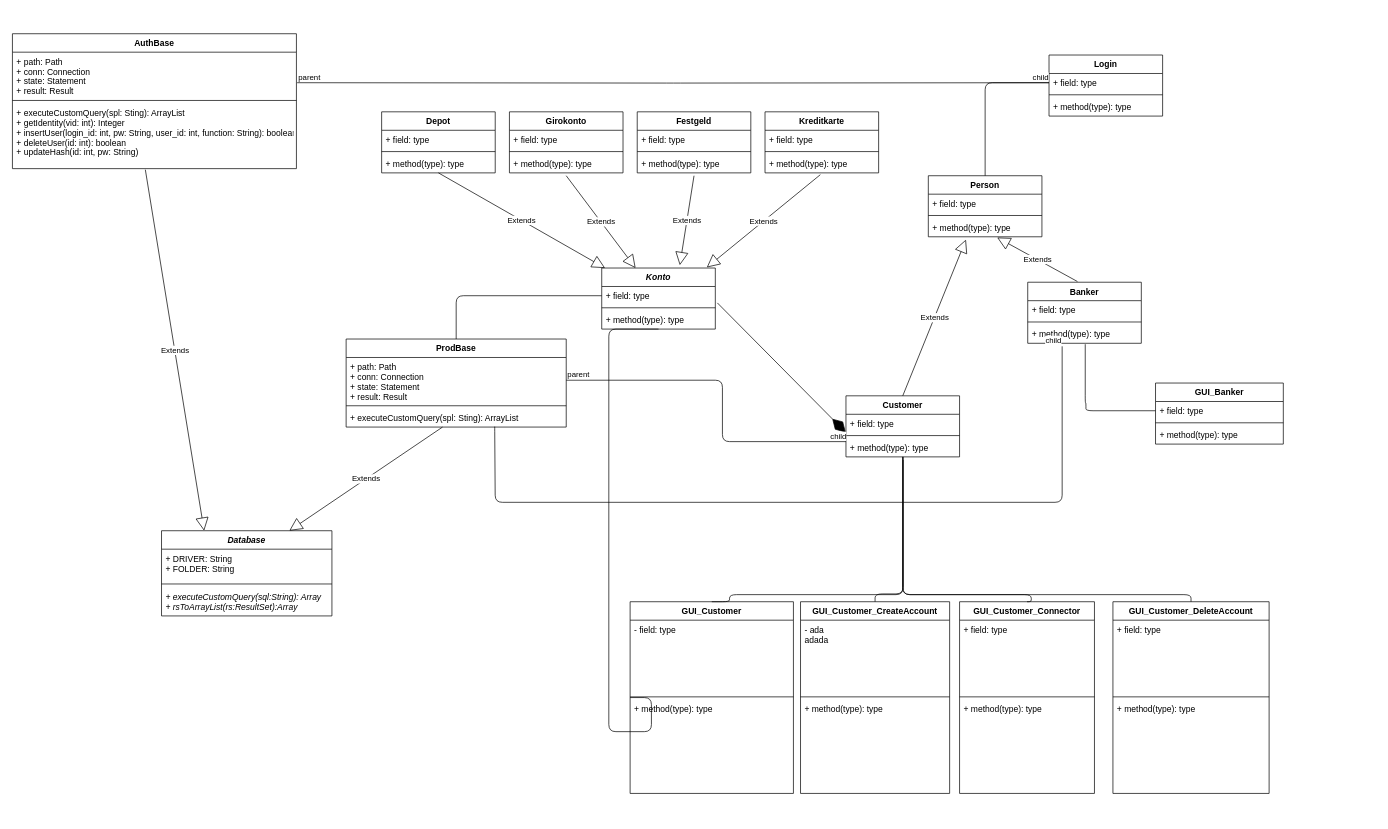
The draw.io diagram docs/Diagramme/Java_Project ClassDiagramm(1).drawio in luca9913/BankingApp, before the edit. Source tidied: cells renumbered, new cells numbered last; positions are measured from the earlier drawing's top-left corner, leaving out a move shared by most shapes. Both pictures are drawn from the tidied source at 71%, with x=0, y=0 at pixel (12, 33).
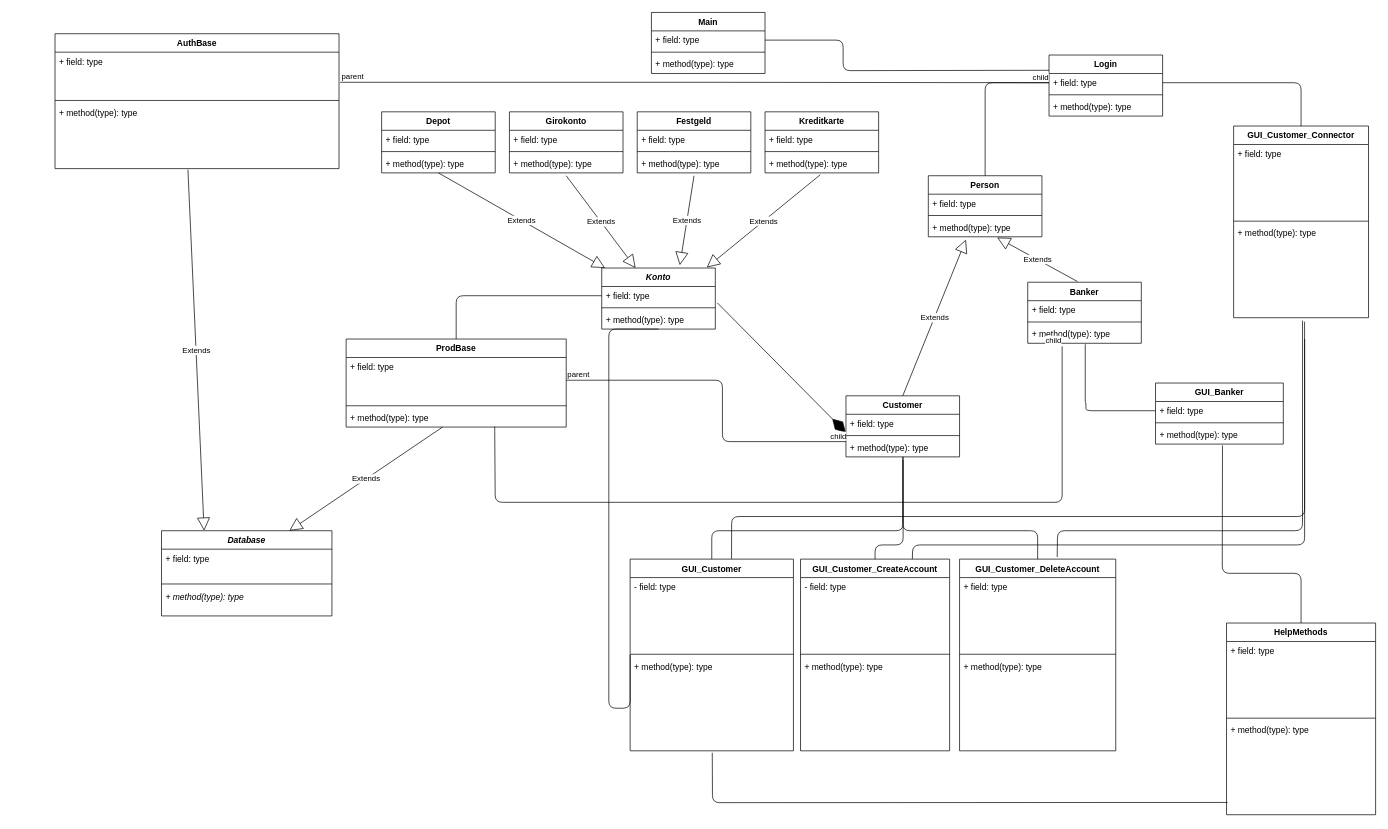
The same page after the edit.

Commit message (it also covers changes not shown here):
Ausfüllen der Java-Docs

Unchanged cells that the change refers to:
```xml
<mxCell id="2" value="Login" style="swimlane;fontStyle=1;align=center;verticalAlign=top;horizontal=1;startSize=26;" parent="1" vertex="1">
  <mxGeometry x="1460" y="30" width="160" height="86" as="geometry" />
</mxCell>
<mxCell id="3" value="+ field: type" style="text;strokeColor=none;fillColor=none;align=left;verticalAlign=top;spacingLeft=4;spacingRight=4;overflow=hidden;points=[[0,0.5],[1,0.5]];portConstraint=eastwest;" parent="2" vertex="1">
  <mxGeometry y="26" width="160" height="26" as="geometry" />
</mxCell>
<mxCell id="6" value="Konto" style="swimlane;fontStyle=3;align=center;verticalAlign=top;horizontal=1;startSize=26;" parent="1" vertex="1">
  <mxGeometry x="830" y="330" width="160" height="86" as="geometry" />
</mxCell>
<mxCell id="23" value="Database" style="swimlane;fontStyle=3;align=center;verticalAlign=top;horizontal=1;startSize=26;" parent="1" vertex="1">
  <mxGeometry x="210" y="700" width="240" height="120" as="geometry" />
</mxCell>
<mxCell id="27" value="ProdBase" style="swimlane;fontStyle=1;align=center;verticalAlign=top;horizontal=1;startSize=26;" parent="1" vertex="1">
  <mxGeometry x="470" y="430" width="310" height="124" as="geometry" />
</mxCell>
<mxCell id="42" value="+ method(type): type" style="text;strokeColor=none;fillColor=none;align=left;verticalAlign=top;spacingLeft=4;spacingRight=4;overflow=hidden;points=[[0,0.5],[1,0.5]];portConstraint=eastwest;" parent="39" vertex="1">
  <mxGeometry y="138" width="190" height="132" as="geometry" />
</mxCell>
<mxCell id="46" value="+ method(type): type" style="text;strokeColor=none;fillColor=none;align=left;verticalAlign=top;spacingLeft=4;spacingRight=4;overflow=hidden;points=[[0,0.5],[1,0.5]];portConstraint=eastwest;" parent="43" vertex="1">
  <mxGeometry y="138" width="230" height="132" as="geometry" />
</mxCell>
<mxCell id="50" value="+ method(type): type" style="text;strokeColor=none;fillColor=none;align=left;verticalAlign=top;spacingLeft=4;spacingRight=4;overflow=hidden;points=[[0,0.5],[1,0.5]];portConstraint=eastwest;" parent="47" vertex="1">
  <mxGeometry y="60" width="180" height="26" as="geometry" />
</mxCell>
<mxCell id="67" value="Customer" style="swimlane;fontStyle=1;align=center;verticalAlign=top;horizontal=1;startSize=26;" parent="1" vertex="1">
  <mxGeometry x="1174" y="510" width="160" height="86" as="geometry" />
</mxCell>
<mxCell id="70" value="+ method(type): type" style="text;strokeColor=none;fillColor=none;align=left;verticalAlign=top;spacingLeft=4;spacingRight=4;overflow=hidden;points=[[0,0.5],[1,0.5]];portConstraint=eastwest;" parent="67" vertex="1">
  <mxGeometry y="60" width="160" height="26" as="geometry" />
</mxCell>
```

Change to the diagram source:
```diff
@@
-    <mxCell id="24" value="+ DRIVER: String&#10;+ FOLDER: String" style="text;strokeColor=none;fillColor=none;align=left;verticalAlign=top;spacingLeft=4;spacingRight=4;overflow=hidden;" parent="23" vertex="1">
+    <mxCell id="24" value="+ field: type" style="text;strokeColor=none;fillColor=none;align=left;verticalAlign=top;spacingLeft=4;spacingRight=4;overflow=hidden;" parent="23" vertex="1">
       <mxGeometry y="26" width="240" height="44" as="geometry" />
     </mxCell>
@@
-    <mxCell id="26" value="+ executeCustomQuery(sql:String): Array&#10;+ rsToArrayList(rs:ResultSet):Array&#10;" style="text;strokeColor=none;fillColor=none;align=left;verticalAlign=top;spacingLeft=4;spacingRight=4;overflow=hidden;fontStyle=2;" parent="23" vertex="1">
+    <mxCell id="26" value="+ method(type): type" style="text;strokeColor=none;fillColor=none;align=left;verticalAlign=top;spacingLeft=4;spacingRight=4;overflow=hidden;fontStyle=2;" parent="23" vertex="1">
       <mxGeometry y="80" width="240" height="40" as="geometry" />
     </mxCell>
@@
-    <mxCell id="28" value="+ path: Path&#10;+ conn: Connection&#10;+ state: Statement&#10;+ result: Result" style="text;strokeColor=none;fillColor=none;align=left;verticalAlign=top;spacingLeft=4;spacingRight=4;overflow=hidden;points=[[0,0.5],[1,0.5]];portConstraint=eastwest;" parent="27" vertex="1">
+    <mxCell id="28" value="+ field: type" style="text;strokeColor=none;fillColor=none;align=left;verticalAlign=top;spacingLeft=4;spacingRight=4;overflow=hidden;points=[[0,0.5],[1,0.5]];portConstraint=eastwest;" parent="27" vertex="1">
       <mxGeometry y="26" width="310" height="64" as="geometry" />
     </mxCell>
@@
-    <mxCell id="30" value="+ executeCustomQuery(spl: Sting): ArrayList" style="text;strokeColor=none;fillColor=none;align=left;verticalAlign=top;spacingLeft=4;spacingRight=4;overflow=hidden;points=[[0,0.5],[1,0.5]];portConstraint=eastwest;" parent="27" vertex="1">
+    <mxCell id="30" value="+ method(type): type" style="text;strokeColor=none;fillColor=none;align=left;verticalAlign=top;spacingLeft=4;spacingRight=4;overflow=hidden;points=[[0,0.5],[1,0.5]];portConstraint=eastwest;" parent="27" vertex="1">
       <mxGeometry y="98" width="310" height="26" as="geometry" />
     </mxCell>
     <mxCell id="31" value="AuthBase" style="swimlane;fontStyle=1;align=center;verticalAlign=top;horizontal=1;startSize=26;" parent="1" vertex="1">
-      <mxGeometry width="400" height="190" as="geometry" />
+      <mxGeometry x="60" width="400" height="190" as="geometry" />
     </mxCell>
-    <mxCell id="32" value="+ path: Path&#10;+ conn: Connection&#10;+ state: Statement&#10;+ result: Result" style="text;strokeColor=none;fillColor=none;align=left;verticalAlign=top;spacingLeft=4;spacingRight=4;overflow=hidden;points=[[0,0.5],[1,0.5]];portConstraint=eastwest;" parent="31" vertex="1">
+    <mxCell id="32" value="+ field: type" style="text;strokeColor=none;fillColor=none;align=left;verticalAlign=top;spacingLeft=4;spacingRight=4;overflow=hidden;points=[[0,0.5],[1,0.5]];portConstraint=eastwest;" parent="31" vertex="1">
       <mxGeometry y="26" width="400" height="64" as="geometry" />
     </mxCell>
@@
-    <mxCell id="34" value="+ executeCustomQuery(spl: Sting): ArrayList&#10;+ getIdentity(vid: int): Integer&#10;+ insertUser(login_id: int, pw: String, user_id: int, function: String): boolean&#10;+ deleteUser(id: int): boolean&#10;+ updateHash(id: int, pw: String)&#10;&#10;" style="text;strokeColor=none;fillColor=none;align=left;verticalAlign=top;spacingLeft=4;spacingRight=4;overflow=hidden;points=[[0,0.5],[1,0.5]];portConstraint=eastwest;" parent="31" vertex="1">
+    <mxCell id="34" value="+ method(type): type" style="text;strokeColor=none;fillColor=none;align=left;verticalAlign=top;spacingLeft=4;spacingRight=4;overflow=hidden;points=[[0,0.5],[1,0.5]];portConstraint=eastwest;" parent="31" vertex="1">
       <mxGeometry y="98" width="400" height="92" as="geometry" />
     </mxCell>
@@
     <mxCell id="39" value="GUI_Customer_Connector" style="swimlane;fontStyle=1;align=center;verticalAlign=top;horizontal=1;startSize=26;" parent="1" vertex="1">
-      <mxGeometry x="1334" y="800" width="190" height="270" as="geometry" />
+      <mxGeometry x="1720" y="130" width="190" height="270" as="geometry" />
     </mxCell>
@@
     <mxCell id="43" value="GUI_Customer" style="swimlane;fontStyle=1;align=center;verticalAlign=top;horizontal=1;startSize=26;" parent="1" vertex="1">
-      <mxGeometry x="870" y="800" width="230" height="270" as="geometry" />
+      <mxGeometry x="870" y="740" width="230" height="270" as="geometry" />
     </mxCell>
@@
     <mxCell id="51" value="GUI_Customer_CreateAccount" style="swimlane;fontStyle=1;align=center;verticalAlign=top;horizontal=1;startSize=26;" parent="1" vertex="1">
-      <mxGeometry x="1110" y="800" width="210" height="270" as="geometry" />
+      <mxGeometry x="1110" y="740" width="210" height="270" as="geometry" />
     </mxCell>
-    <mxCell id="52" value="- ada&#10;adada&#10;" style="text;strokeColor=none;fillColor=none;align=left;verticalAlign=top;spacingLeft=4;spacingRight=4;overflow=hidden;" parent="51" vertex="1">
+    <mxCell id="52" value="- field: type" style="text;strokeColor=none;fillColor=none;align=left;verticalAlign=top;spacingLeft=4;spacingRight=4;overflow=hidden;" parent="51" vertex="1">
       <mxGeometry y="26" width="210" height="104" as="geometry" />
     </mxCell>
@@
     <mxCell id="55" value="GUI_Customer_DeleteAccount" style="swimlane;fontStyle=1;align=center;verticalAlign=top;horizontal=1;startSize=26;" parent="1" vertex="1">
-      <mxGeometry x="1550" y="800" width="220" height="270" as="geometry" />
+      <mxGeometry x="1334" y="740" width="220" height="270" as="geometry" />
     </mxCell>
@@
     <mxCell id="80" style="endArrow=none;html=1;edgeStyle=orthogonalEdgeStyle;entryX=0.5;entryY=0;entryDx=0;entryDy=0;exitX=0.503;exitY=1.165;exitDx=0;exitDy=0;exitPerimeter=0;" parent="1" edge="1" source="70" target="51">
       <mxGeometry relative="1" as="geometry">
         <Array as="points">
-          <mxPoint x="1255" y="789" />
-          <mxPoint x="1215" y="789" />
+          <mxPoint x="1255" y="720" />
+          <mxPoint x="1215" y="720" />
         </Array>
       </mxGeometry>
     </mxCell>
-    <mxCell id="81" style="endArrow=none;html=1;edgeStyle=orthogonalEdgeStyle;entryX=0.5;entryY=0;entryDx=0;entryDy=0;exitX=0.5;exitY=1;exitDx=0;exitDy=0;" parent="1" edge="1" source="67" target="39">
-      <mxGeometry relative="1" as="geometry">
-        <Array as="points">
-          <mxPoint x="1254" y="790" />
-          <mxPoint x="1435" y="790" />
-        </Array>
-      </mxGeometry>
-    </mxCell>
     <mxCell id="82" style="endArrow=none;html=1;edgeStyle=orthogonalEdgeStyle;entryX=0.5;entryY=0;entryDx=0;entryDy=0;exitX=0.5;exitY=1;exitDx=0;exitDy=0;" parent="1" edge="1" source="67" target="55">
       <mxGeometry relative="1" as="geometry">
         <Array as="points">
-          <mxPoint x="1254" y="790" />
-          <mxPoint x="1660" y="790" />
+          <mxPoint x="1254" y="700" />
+          <mxPoint x="1444" y="700" />
         </Array>
       </mxGeometry>
     </mxCell>
@@
     <mxCell id="84" style="endArrow=none;html=1;edgeStyle=orthogonalEdgeStyle;entryX=0;entryY=0.5;entryDx=0;entryDy=0;exitX=0.5;exitY=1;exitDx=0;exitDy=0;" parent="1" edge="1" source="6" target="43">
       <mxGeometry relative="1" as="geometry">
         <Array as="points">
           <mxPoint x="840" y="416" />
-          <mxPoint x="840" y="983" />
-          <mxPoint x="900" y="983" />
+          <mxPoint x="840" y="950" />
+          <mxPoint x="870" y="950" />
         </Array>
       </mxGeometry>
     </mxCell>
     <mxCell id="85" style="endArrow=none;html=1;edgeStyle=orthogonalEdgeStyle;entryX=0.5;entryY=0;entryDx=0;entryDy=0;" parent="1" edge="1" target="43">
       <mxGeometry relative="1" as="geometry">
         <mxPoint x="1254.5" y="596" as="sourcePoint" />
         <Array as="points">
-          <mxPoint x="1255" y="790" />
-          <mxPoint x="1010" y="790" />
+          <mxPoint x="1255" y="700" />
+          <mxPoint x="985" y="700" />
         </Array>
       </mxGeometry>
     </mxCell>
@@
-    <mxCell id="87" style="endArrow=none;html=1;edgeStyle=orthogonalEdgeStyle;entryX=0;entryY=0.5;entryDx=0;entryDy=0;" parent="1" edge="1" target="3">
-      <mxGeometry relative="1" as="geometry">
-        <mxPoint x="401" y="69" as="sourcePoint" />
-      </mxGeometry>
+    <mxCell id="87" style="endArrow=none;html=1;edgeStyle=orthogonalEdgeStyle;entryX=0;entryY=0.5;entryDx=0;entryDy=0;exitX=1.004;exitY=0.663;exitDx=0;exitDy=0;exitPerimeter=0;" parent="1" edge="1" source="32" target="3">
+      <mxGeometry relative="1" as="geometry" />
     </mxCell>
@@
+    <mxCell id="95" value="HelpMethods&#10;" style="swimlane;fontStyle=1;align=center;verticalAlign=top;horizontal=1;startSize=26;" parent="1" vertex="1">
+      <mxGeometry x="1710" y="830" width="210" height="270" as="geometry" />
+    </mxCell>
+    <mxCell id="96" value="+ field: type" style="text;strokeColor=none;fillColor=none;align=left;verticalAlign=top;spacingLeft=4;spacingRight=4;overflow=hidden;" parent="95" vertex="1">
+      <mxGeometry y="26" width="210" height="104" as="geometry" />
+    </mxCell>
+    <mxCell id="97" style="line;strokeWidth=1;fillColor=none;align=left;verticalAlign=middle;spacingTop=-1;spacingLeft=3;spacingRight=3;labelPosition=right;" parent="95" vertex="1">
+      <mxGeometry y="130" width="210" height="8" as="geometry" />
+    </mxCell>
+    <mxCell id="98" value="+ method(type): type" style="text;strokeColor=none;fillColor=none;align=left;verticalAlign=top;spacingLeft=4;spacingRight=4;overflow=hidden;points=[[0,0.5],[1,0.5]];portConstraint=eastwest;" parent="95" vertex="1">
+      <mxGeometry y="138" width="210" height="132" as="geometry" />
+    </mxCell>
+    <mxCell id="99" style="endArrow=none;html=1;entryX=0.5;entryY=0;entryDx=0;entryDy=0;exitX=1;exitY=0.5;exitDx=0;exitDy=0;" parent="1" edge="1" source="3" target="39">
+      <mxGeometry relative="1" as="geometry">
+        <Array as="points">
+          <mxPoint x="1815" y="69" />
+        </Array>
+      </mxGeometry>
+    </mxCell>
+    <mxCell id="100" style="endArrow=none;html=1;entryX=0.524;entryY=1.071;entryDx=0;entryDy=0;entryPerimeter=0;exitX=0.5;exitY=0;exitDx=0;exitDy=0;" parent="1" edge="1" source="95" target="50">
+      <mxGeometry relative="1" as="geometry">
+        <Array as="points">
+          <mxPoint x="1815" y="760" />
+          <mxPoint x="1704" y="760" />
+        </Array>
+      </mxGeometry>
+    </mxCell>
+    <mxCell id="101" style="endArrow=none;html=1;exitX=0.503;exitY=1.021;exitDx=0;exitDy=0;exitPerimeter=0;entryX=0.007;entryY=0.869;entryDx=0;entryDy=0;entryPerimeter=0;" parent="1" edge="1" source="46" target="98">
+      <mxGeometry relative="1" as="geometry">
+        <Array as="points">
+          <mxPoint x="986" y="1083" />
+        </Array>
+      </mxGeometry>
+    </mxCell>
+    <mxCell id="102" style="endArrow=none;html=1;entryX=0.526;entryY=1.042;entryDx=0;entryDy=0;entryPerimeter=0;exitX=0.621;exitY=-0.001;exitDx=0;exitDy=0;exitPerimeter=0;" parent="1" edge="1" source="43" target="42">
+      <mxGeometry relative="1" as="geometry">
+        <Array as="points">
+          <mxPoint x="1013" y="680" />
+          <mxPoint x="1820" y="680" />
+        </Array>
+      </mxGeometry>
+    </mxCell>
+    <mxCell id="103" style="endArrow=none;html=1;exitX=0.75;exitY=0;exitDx=0;exitDy=0;" parent="1" edge="1" source="51">
+      <mxGeometry relative="1" as="geometry">
+        <mxPoint x="1820" y="430" as="targetPoint" />
+        <Array as="points">
+          <mxPoint x="1268" y="720" />
+          <mxPoint x="1820" y="720" />
+        </Array>
+      </mxGeometry>
+    </mxCell>
+    <mxCell id="104" style="endArrow=none;html=1;entryX=0.511;entryY=1.031;entryDx=0;entryDy=0;entryPerimeter=0;exitX=0.625;exitY=-0.011;exitDx=0;exitDy=0;exitPerimeter=0;" parent="1" edge="1" source="55" target="42">
+      <mxGeometry relative="1" as="geometry">
+        <Array as="points">
+          <mxPoint x="1472" y="700" />
+          <mxPoint x="1817" y="700" />
+        </Array>
+      </mxGeometry>
+    </mxCell>
+    <mxCell id="105" value="Main" style="swimlane;fontStyle=1;align=center;verticalAlign=top;horizontal=1;startSize=26;" parent="1" vertex="1">
+      <mxGeometry x="900" y="-30" width="160" height="86" as="geometry" />
+    </mxCell>
+    <mxCell id="106" value="+ field: type" style="text;strokeColor=none;fillColor=none;align=left;verticalAlign=top;spacingLeft=4;spacingRight=4;overflow=hidden;points=[[0,0.5],[1,0.5]];portConstraint=eastwest;" parent="105" vertex="1">
+      <mxGeometry y="26" width="160" height="26" as="geometry" />
+    </mxCell>
+    <mxCell id="107" style="line;strokeWidth=1;fillColor=none;align=left;verticalAlign=middle;spacingTop=-1;spacingLeft=3;spacingRight=3;labelPosition=right;" parent="105" vertex="1">
+      <mxGeometry y="52" width="160" height="8" as="geometry" />
+    </mxCell>
+    <mxCell id="108" value="+ method(type): type" style="text;strokeColor=none;fillColor=none;align=left;verticalAlign=top;spacingLeft=4;spacingRight=4;overflow=hidden;" parent="105" vertex="1">
+      <mxGeometry y="60" width="160" height="26" as="geometry" />
+    </mxCell>
+    <mxCell id="109" style="endArrow=none;html=1;entryX=1;entryY=0.5;entryDx=0;entryDy=0;exitX=0;exitY=0.25;exitDx=0;exitDy=0;" parent="1" edge="1" source="2" target="106">
+      <mxGeometry relative="1" as="geometry">
+        <Array as="points">
+          <mxPoint x="1170" y="52" />
+          <mxPoint x="1170" y="9" />
+        </Array>
+      </mxGeometry>
+    </mxCell>
```
